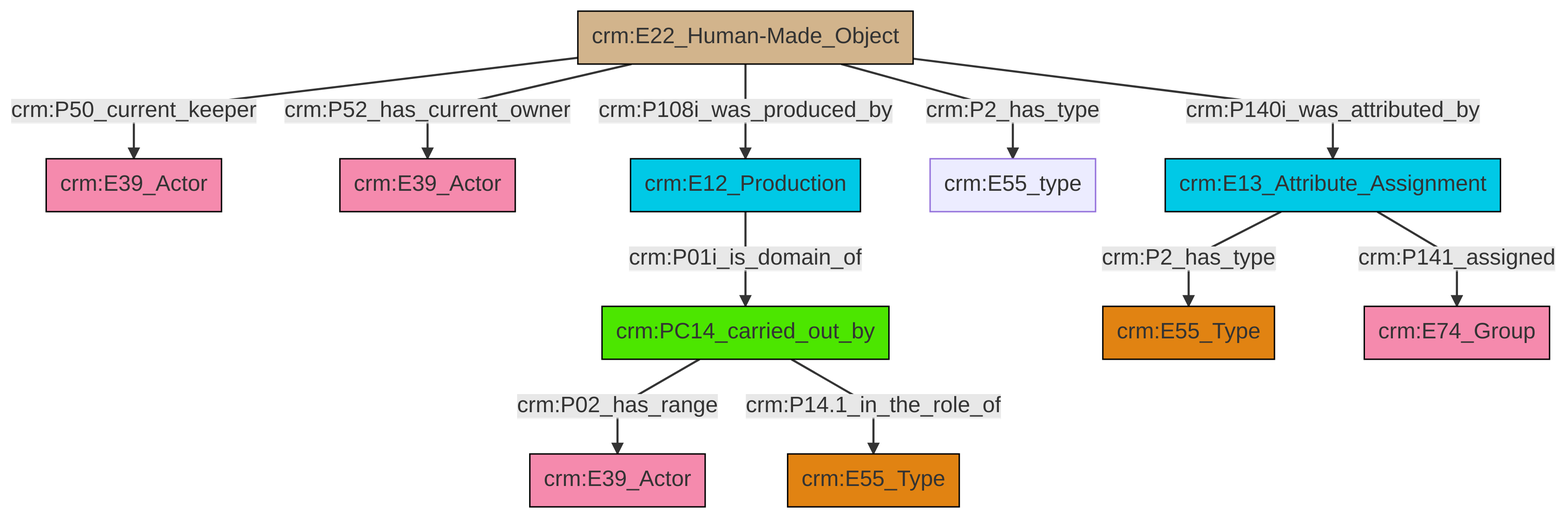
Before: et/artworkCSV/ttl/mmd/png/Artwork_Actor_Relations.png, a diagram exported from Mermaid (swiss-art-research-net/docs.swissartresearch). Its source is kept beside it as et/artworkCSV/ttl/mmd/Artwork_Actor_Relations.ttl.mmd.
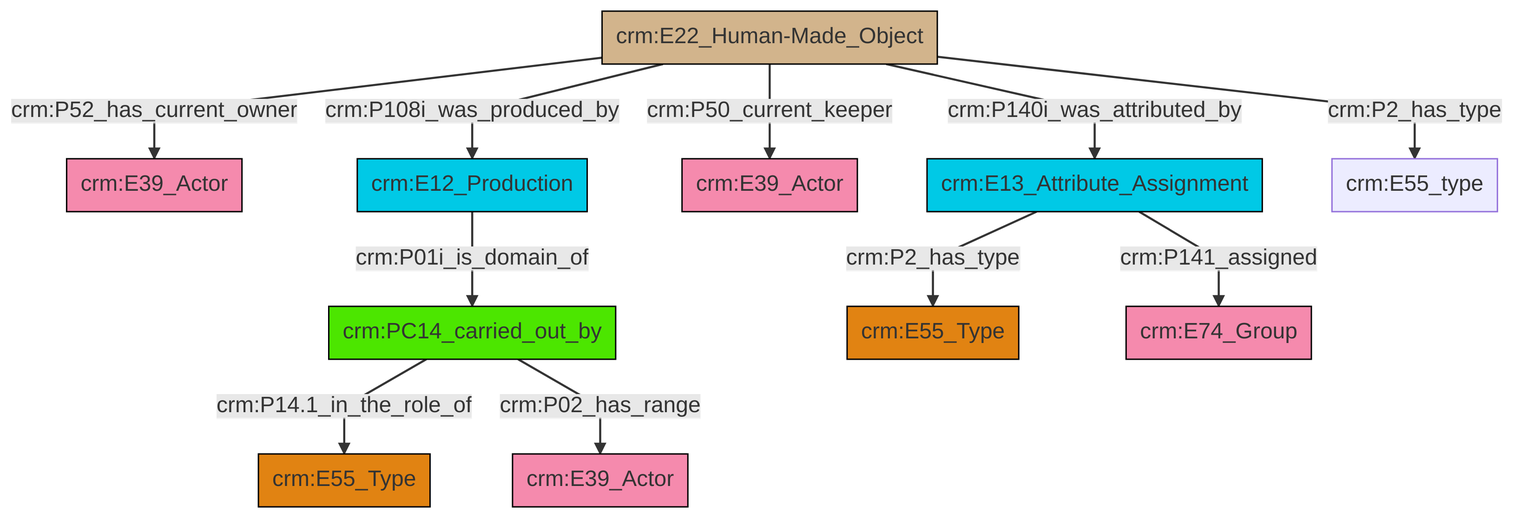
The same file after the commit.

Change to the diagram source:
```diff
@@ -13,13 +13,13 @@
 classDef PC_Classes fill:#4ce600, stroke:#000000;
 classDef Multi fill:#cccccc,stroke:#000000;
 
-4["crm:E22_Human-Made_Object"]:::Physical_Thing -->|crm:P52_has_current_owner| 5["crm:E39_Actor"]:::Actor
-2["crm:PC14_carried_out_by"]:::PC_Classes -->|crm:P02_has_range| 6["crm:E39_Actor"]:::Actor
-10["crm:E13_Attribute_Assignment"]:::Temporal_Entity -->|crm:P2_has_type| 7["crm:E55_Type"]:::Type
-4["crm:E22_Human-Made_Object"]:::Physical_Thing -->|crm:P2_has_type| 11["crm:E55_type"]:::Default
-4["crm:E22_Human-Made_Object"]:::Physical_Thing -->|crm:P50_current_keeper| 0["crm:E39_Actor"]:::Actor
-10["crm:E13_Attribute_Assignment"]:::Temporal_Entity -->|crm:P141_assigned| 15["crm:E74_Group"]:::Actor
-2["crm:PC14_carried_out_by"]:::PC_Classes -->|crm:P14.1_in_the_role_of| 20["crm:E55_Type"]:::Type
-4["crm:E22_Human-Made_Object"]:::Physical_Thing -->|crm:P108i_was_produced_by| 18["crm:E12_Production"]:::Temporal_Entity
-18["crm:E12_Production"]:::Temporal_Entity -->|crm:P01i_is_domain_of| 2["crm:PC14_carried_out_by"]:::PC_Classes
-4["crm:E22_Human-Made_Object"]:::Physical_Thing -->|crm:P140i_was_attributed_by| 10["crm:E13_Attribute_Assignment"]:::Temporal_Entity
+2["crm:E13_Attribute_Assignment"]:::Temporal_Entity -->|crm:P2_has_type| 3["crm:E55_Type"]:::Type
+4["crm:E12_Production"]:::Temporal_Entity -->|crm:P01i_is_domain_of| 5["crm:PC14_carried_out_by"]:::PC_Classes
+2["crm:E13_Attribute_Assignment"]:::Temporal_Entity -->|crm:P141_assigned| 6["crm:E74_Group"]:::Actor
+7["crm:E22_Human-Made_Object"]:::Physical_Thing -->|crm:P52_has_current_owner| 8["crm:E39_Actor"]:::Actor
+7["crm:E22_Human-Made_Object"]:::Physical_Thing -->|crm:P108i_was_produced_by| 4["crm:E12_Production"]:::Temporal_Entity
+5["crm:PC14_carried_out_by"]:::PC_Classes -->|crm:P14.1_in_the_role_of| 9["crm:E55_Type"]:::Type
+7["crm:E22_Human-Made_Object"]:::Physical_Thing -->|crm:P50_current_keeper| 0["crm:E39_Actor"]:::Actor
+7["crm:E22_Human-Made_Object"]:::Physical_Thing -->|crm:P140i_was_attributed_by| 2["crm:E13_Attribute_Assignment"]:::Temporal_Entity
+5["crm:PC14_carried_out_by"]:::PC_Classes -->|crm:P02_has_range| 14["crm:E39_Actor"]:::Actor
+7["crm:E22_Human-Made_Object"]:::Physical_Thing -->|crm:P2_has_type| 18["crm:E55_type"]:::Default
```
